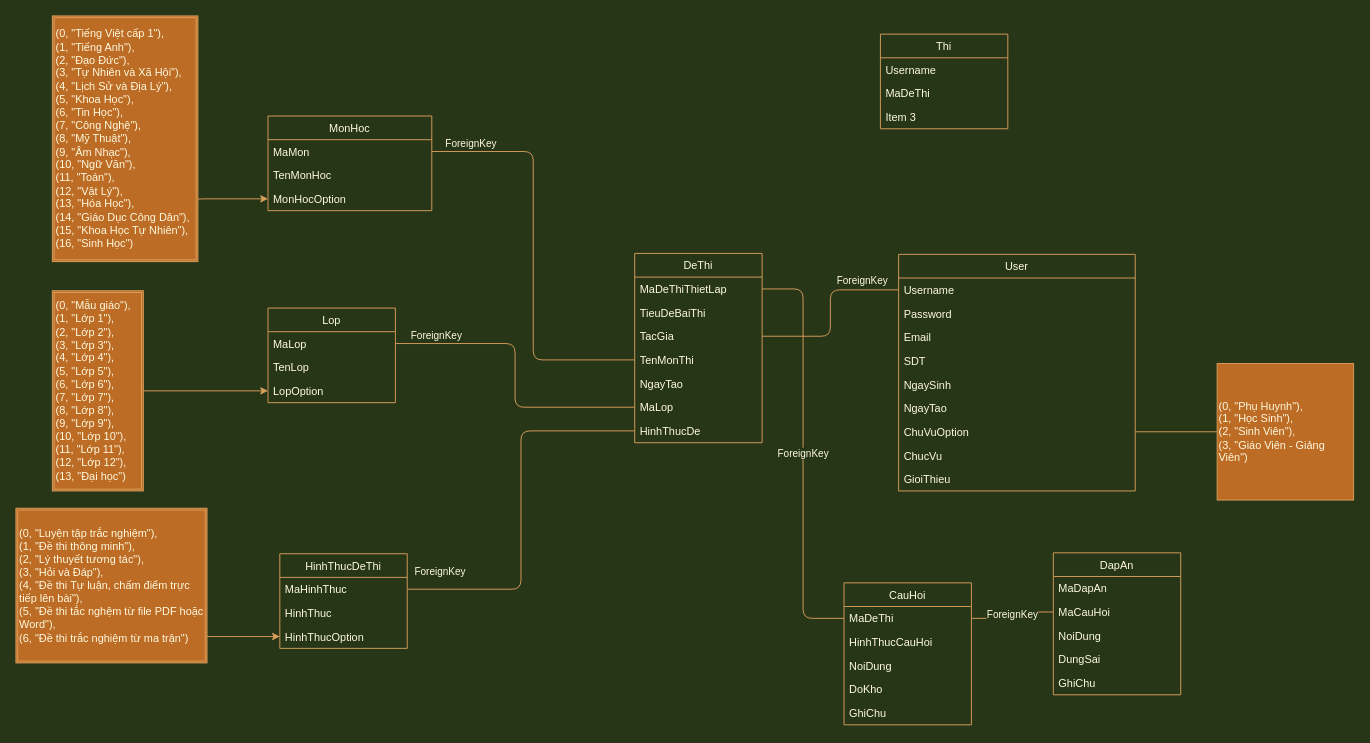
The draw.io diagram data uml.drawio in nguyendu-zoo/WebOnThiMienPhi-python, before the edit. Source tidied: cells renumbered, new cells numbered last; positions are measured from the earlier drawing's top-left corner, leaving out a move shared by most shapes. Both pictures are drawn from the tidied source at 91%, with x=0, y=0 at pixel (15, 15).
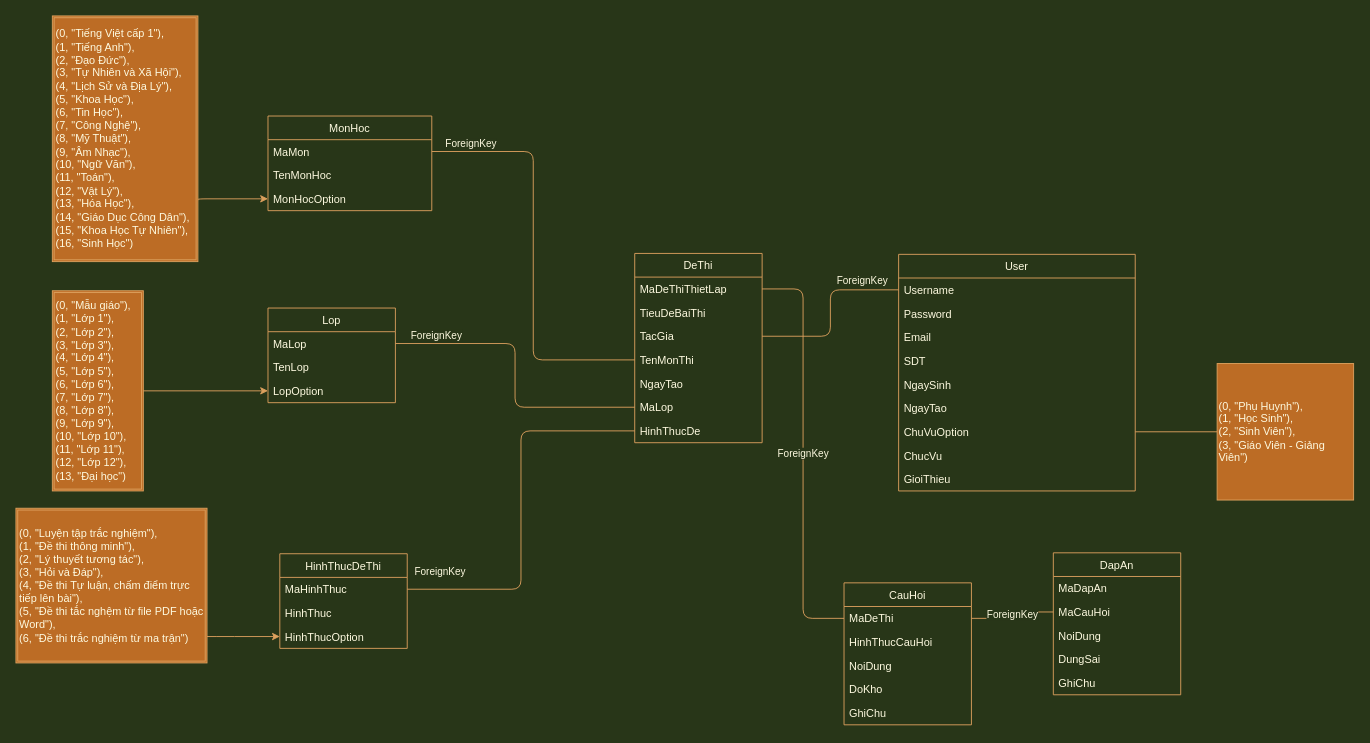
The same diagram, later.

What changed in the source:
```diff
@@
-    <mxCell id="58" value="Thi" style="swimlane;fontStyle=0;horizontal=1;startSize=26;fillColor=none;rounded=0;sketch=0;strokeColor=#DDA15E;fontColor=#FEFAE0;" parent="1" vertex="1">
-      <mxGeometry x="950" y="20" width="140" height="104" as="geometry" />
-    </mxCell>
-    <mxCell id="59" value="Username" style="text;strokeColor=none;fillColor=none;align=left;verticalAlign=top;spacingLeft=4;spacingRight=4;overflow=hidden;fontColor=#FEFAE0;" parent="58" vertex="1">
-      <mxGeometry y="26" width="140" height="26" as="geometry" />
-    </mxCell>
-    <mxCell id="60" value="MaDeThi" style="text;strokeColor=none;fillColor=none;align=left;verticalAlign=top;spacingLeft=4;spacingRight=4;overflow=hidden;fontColor=#FEFAE0;" parent="58" vertex="1">
-      <mxGeometry y="52" width="140" height="26" as="geometry" />
-    </mxCell>
-    <mxCell id="61" value="Item 3" style="text;strokeColor=none;fillColor=none;align=left;verticalAlign=top;spacingLeft=4;spacingRight=4;overflow=hidden;fontColor=#FEFAE0;" parent="58" vertex="1">
-      <mxGeometry y="78" width="140" height="26" as="geometry" />
-    </mxCell>
```
